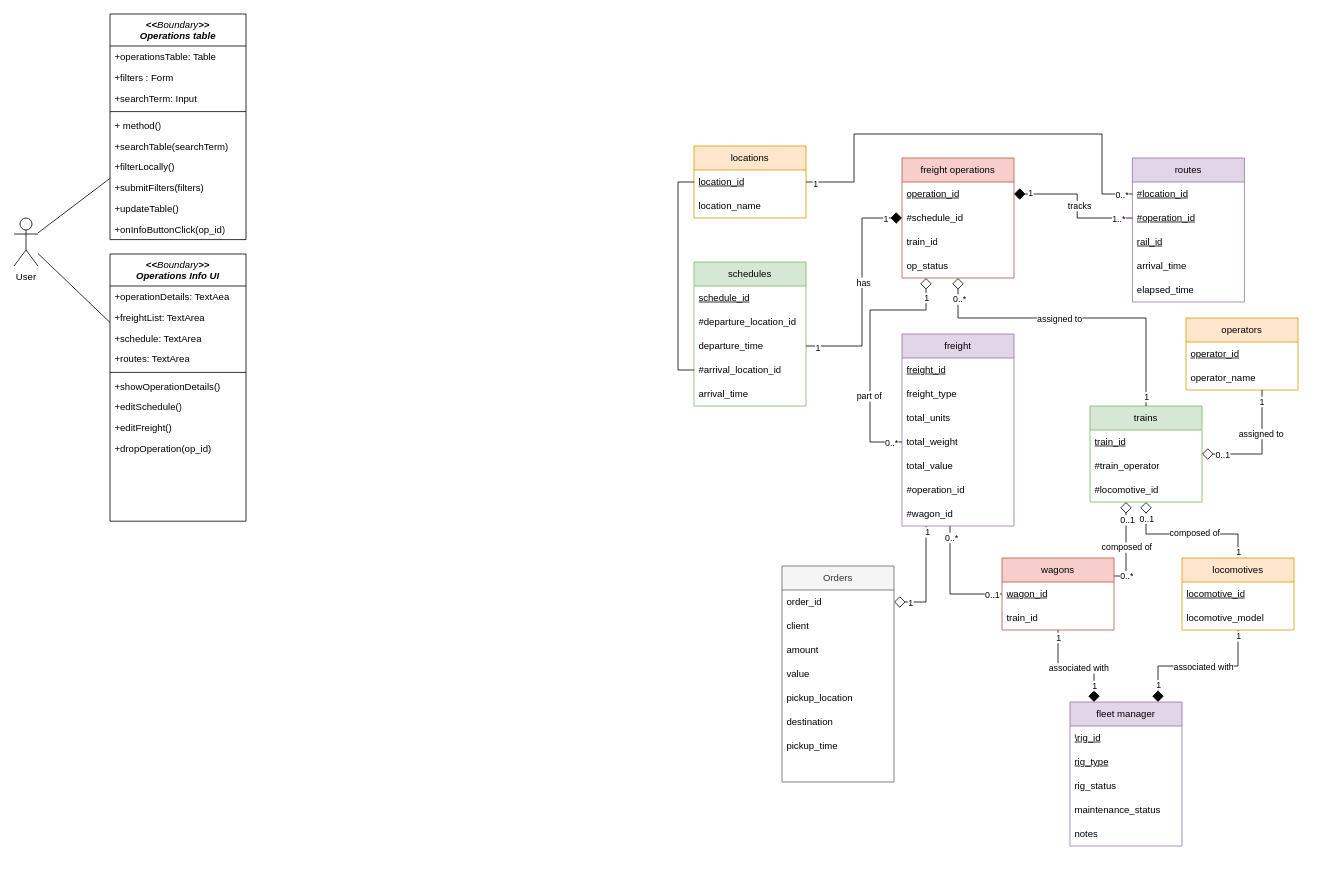
The draw.io diagram global class diagram.drawio in Cconstantinee/test101, before the edit. Source tidied: cells renumbered, new cells numbered last; positions are measured from the earlier drawing's top-left corner, leaving out a move shared by most shapes. Both pictures are drawn from the tidied source at 80%, with x=0, y=0 at pixel (14, 14).
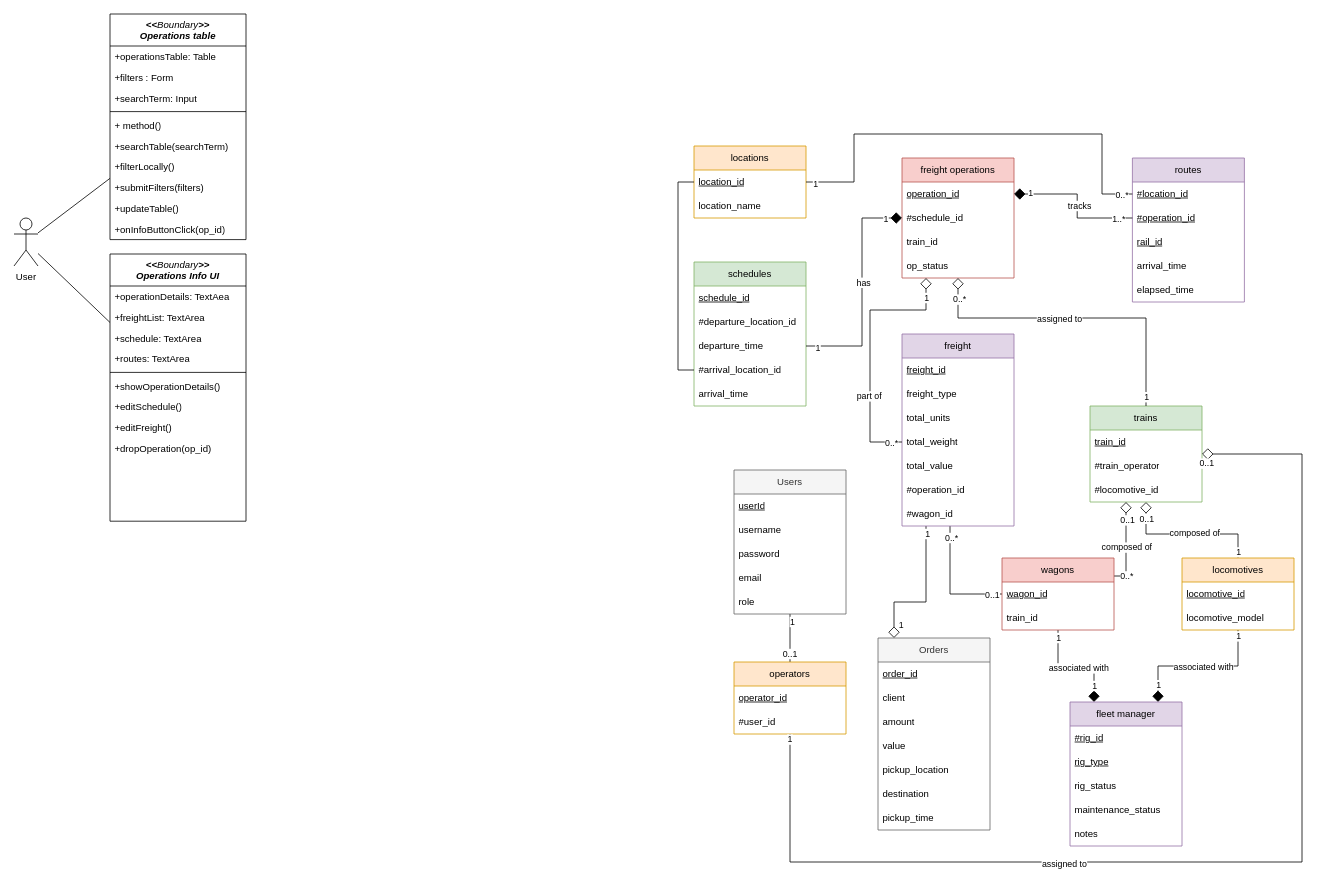
The same diagram, later.

Unchanged cells that the change refers to:
```xml
<mxCell id="49" value="trains" style="swimlane;fontStyle=0;horizontal=1;startSize=30;whiteSpace=wrap;html=1;fillColor=#d5e8d4;strokeColor=#82b366;" parent="1" vertex="1">
  <mxGeometry x="1345" y="490" width="140" height="120" as="geometry" />
</mxCell>
<mxCell id="68" value="fleet manager" style="swimlane;fontStyle=0;horizontal=1;startSize=30;whiteSpace=wrap;html=1;fillColor=#e1d5e7;strokeColor=#9673a6;" parent="1" vertex="1">
  <mxGeometry x="1320" y="860" width="140" height="180" as="geometry" />
</mxCell>
```

The edit, as a diff of the source:
```diff
@@
+    <mxCell id="133" style="edgeStyle=orthogonalEdgeStyle;rounded=0;jettySize=auto;html=1;endArrow=none;endFill=0;" parent="1" edge="1" source="64" target="136">
+      <mxGeometry relative="1" as="geometry" />
+    </mxCell>
+    <mxCell id="134" value="0..1" style="edgeLabel;html=1;align=center;verticalAlign=middle;" parent="133" vertex="1">
+      <mxGeometry x="-0.64" y="1" relative="1" as="geometry" />
+    </mxCell>
+    <mxCell id="135" value="&lt;div&gt;1&lt;/div&gt;" style="edgeLabel;html=1;align=center;verticalAlign=middle;" parent="133" vertex="1">
+      <mxGeometry x="0.69" y="-2" relative="1" as="geometry" />
+    </mxCell>
     <mxCell id="64" value="operators" style="swimlane;fontStyle=0;horizontal=1;startSize=30;whiteSpace=wrap;html=1;fillColor=#ffe6cc;strokeColor=#d79b00;" parent="1" vertex="1">
-      <mxGeometry x="1465" y="380" width="140" height="90" as="geometry" />
+      <mxGeometry x="900" y="810" width="140" height="90" as="geometry" />
     </mxCell>
@@
-    <mxCell id="66" value="operator_name" style="text;strokeColor=none;fillColor=none;align=left;verticalAlign=middle;spacingLeft=4;spacingRight=4;overflow=hidden;whiteSpace=wrap;html=1;" parent="64" vertex="1">
+    <mxCell id="66" value="#user_id" style="text;strokeColor=none;fillColor=none;align=left;verticalAlign=middle;spacingLeft=4;spacingRight=4;overflow=hidden;whiteSpace=wrap;html=1;" parent="64" vertex="1">
       <mxGeometry y="60" width="140" height="30" as="geometry" />
     </mxCell>
@@
-    <mxCell id="69" value="&lt;u&gt;\rig_id&lt;/u&gt;" style="text;strokeColor=none;fillColor=none;align=left;verticalAlign=middle;spacingLeft=4;spacingRight=4;overflow=hidden;whiteSpace=wrap;html=1;" parent="68" vertex="1">
+    <mxCell id="69" value="&lt;u&gt;#rig_id&lt;/u&gt;" style="text;strokeColor=none;fillColor=none;align=left;verticalAlign=middle;spacingLeft=4;spacingRight=4;overflow=hidden;whiteSpace=wrap;html=1;" parent="68" vertex="1">
       <mxGeometry y="30" width="140" height="30" as="geometry" />
     </mxCell>
@@
     <mxCell id="93" style="edgeStyle=orthogonalEdgeStyle;rounded=0;jettySize=auto;html=1;endArrow=diamond;endFill=0;endSize=12;" parent="1" edge="1" source="64" target="49">
       <mxGeometry relative="1" as="geometry">
         <Array as="points">
-          <mxPoint x="1560" y="550" />
+          <mxPoint x="970" y="1060" />
+          <mxPoint x="1610" y="1060" />
+          <mxPoint x="1610" y="550" />
         </Array>
       </mxGeometry>
     </mxCell>
     <mxCell id="94" value="1" style="edgeLabel;html=1;align=center;verticalAlign=middle;" parent="93" vertex="1">
-      <mxGeometry x="-0.82" y="-1" relative="1" as="geometry" />
+      <mxGeometry x="-0.82" y="-1" relative="1" as="geometry">
+        <mxPoint y="-123" as="offset" />
+      </mxGeometry>
     </mxCell>
     <mxCell id="95" value="0..1" style="edgeLabel;html=1;align=center;verticalAlign=middle;" parent="93" vertex="1">
       <mxGeometry x="0.72" relative="1" as="geometry">
-        <mxPoint x="3" as="offset" />
+        <mxPoint x="-120" y="-65" as="offset" />
       </mxGeometry>
     </mxCell>
@@
     <mxCell id="97" value="Orders" style="swimlane;fontStyle=0;horizontal=1;startSize=30;whiteSpace=wrap;html=1;fillColor=#f5f5f5;strokeColor=#666666;fontColor=#333333;" parent="1" vertex="1">
-      <mxGeometry x="960" y="690" width="140" height="270" as="geometry" />
+      <mxGeometry x="1080" y="780" width="140" height="240" as="geometry" />
     </mxCell>
-    <mxCell id="98" value="order_id" style="text;strokeColor=none;fillColor=none;align=left;verticalAlign=middle;spacingLeft=4;spacingRight=4;overflow=hidden;whiteSpace=wrap;html=1;" parent="97" vertex="1">
+    <mxCell id="98" value="&lt;u&gt;order_id&lt;/u&gt;" style="text;strokeColor=none;fillColor=none;align=left;verticalAlign=middle;spacingLeft=4;spacingRight=4;overflow=hidden;whiteSpace=wrap;html=1;" parent="97" vertex="1">
       <mxGeometry y="30" width="140" height="30" as="geometry" />
     </mxCell>
@@
-    <mxCell id="105" style="text;strokeColor=none;fillColor=none;align=left;verticalAlign=middle;spacingLeft=4;spacingRight=4;overflow=hidden;whiteSpace=wrap;html=1;shadow=0;" parent="97" vertex="1">
-      <mxGeometry y="240" width="140" height="30" as="geometry" />
-    </mxCell>
@@
+    <mxCell id="136" value="Users" style="swimlane;fontStyle=0;horizontal=1;startSize=30;whiteSpace=wrap;html=1;fillColor=#f5f5f5;fontColor=#333333;strokeColor=#666666;" parent="1" vertex="1">
+      <mxGeometry x="900" y="570" width="140" height="180" as="geometry" />
+    </mxCell>
+    <mxCell id="137" value="&lt;u&gt;userId&lt;/u&gt;" style="text;strokeColor=none;fillColor=none;align=left;verticalAlign=middle;spacingLeft=4;spacingRight=4;overflow=hidden;whiteSpace=wrap;html=1;" parent="136" vertex="1">
+      <mxGeometry y="30" width="140" height="30" as="geometry" />
+    </mxCell>
+    <mxCell id="138" value="username" style="text;strokeColor=none;fillColor=none;align=left;verticalAlign=middle;spacingLeft=4;spacingRight=4;overflow=hidden;whiteSpace=wrap;html=1;" parent="136" vertex="1">
+      <mxGeometry y="60" width="140" height="30" as="geometry" />
+    </mxCell>
+    <mxCell id="139" value="password" style="text;strokeColor=none;fillColor=none;align=left;verticalAlign=middle;spacingLeft=4;spacingRight=4;overflow=hidden;whiteSpace=wrap;html=1;" parent="136" vertex="1">
+      <mxGeometry y="90" width="140" height="30" as="geometry" />
+    </mxCell>
+    <mxCell id="140" value="email" style="text;strokeColor=none;fillColor=none;align=left;verticalAlign=middle;spacingLeft=4;spacingRight=4;overflow=hidden;whiteSpace=wrap;html=1;" parent="136" vertex="1">
+      <mxGeometry y="120" width="140" height="30" as="geometry" />
+    </mxCell>
+    <mxCell id="141" value="role" style="text;strokeColor=none;fillColor=none;align=left;verticalAlign=middle;spacingLeft=4;spacingRight=4;overflow=hidden;whiteSpace=wrap;html=1;" parent="136" vertex="1">
+      <mxGeometry y="150" width="140" height="30" as="geometry" />
+    </mxCell>
```
